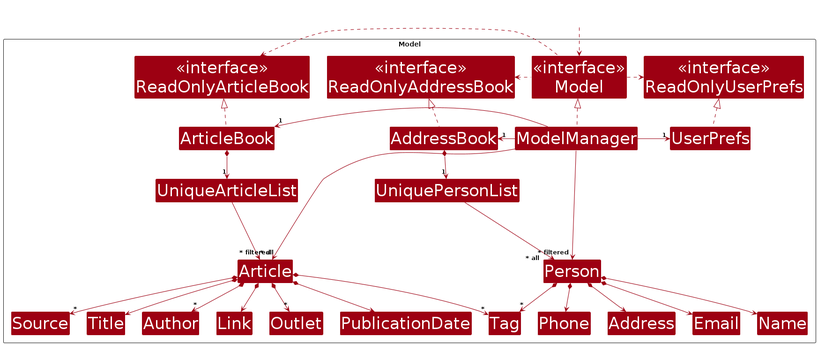
This is diagrams/ModelClassDiagram.png from AY2324S2-CS2103T-F12-2/tp, a PlantUML export, as it was before one commit. Its source is kept beside it as diagrams/ModelClassDiagram.puml.
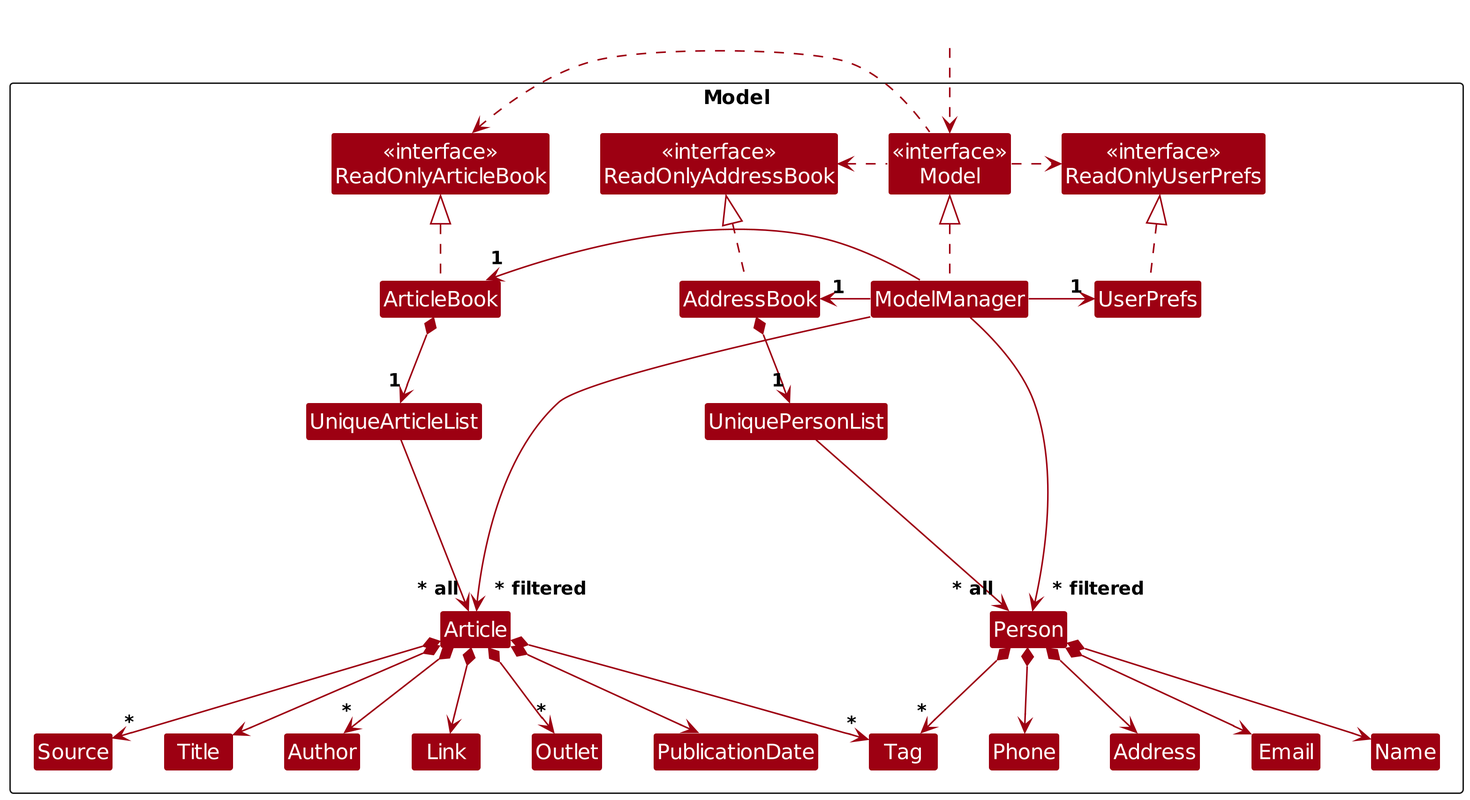
The same diagram one commit later.

What changed in the source:
```diff
@@ -1,8 +1,9 @@
 @startuml
-!include style2.puml
+!include style.puml
 skinparam arrowThickness 1.1
 skinparam arrowColor MODEL_COLOR
 skinparam classBackgroundColor MODEL_COLOR
+scale 3
 
 Package Model as ModelPackage <<Rectangle>>{
 Class "<<interface>>\nReadOnlyAddressBook" as ReadOnlyAddressBook
```
